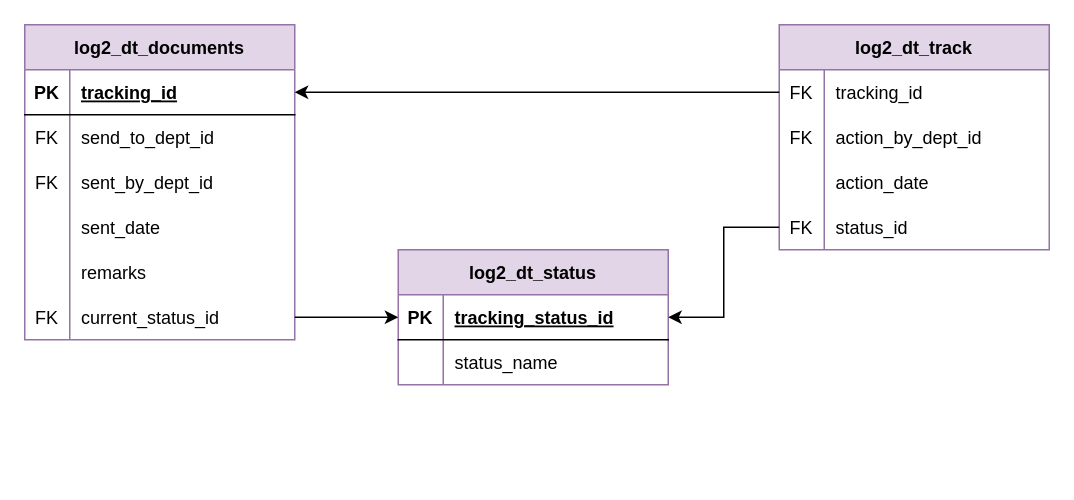
Earlier version of the draw.io diagram page "DOCUMENT TRACKING" (8 of 8) of public/uploads/documents/vehicle_reservation/REVISION.drawio (gcristianber/tnvs-logistic-II). Source tidied: cells renumbered, new cells numbered last; positions are measured from the earlier drawing's top-left corner, leaving out a move shared by most shapes. Both pictures are drawn from the tidied source at 150%, with x=0, y=0 at pixel (24, 24).
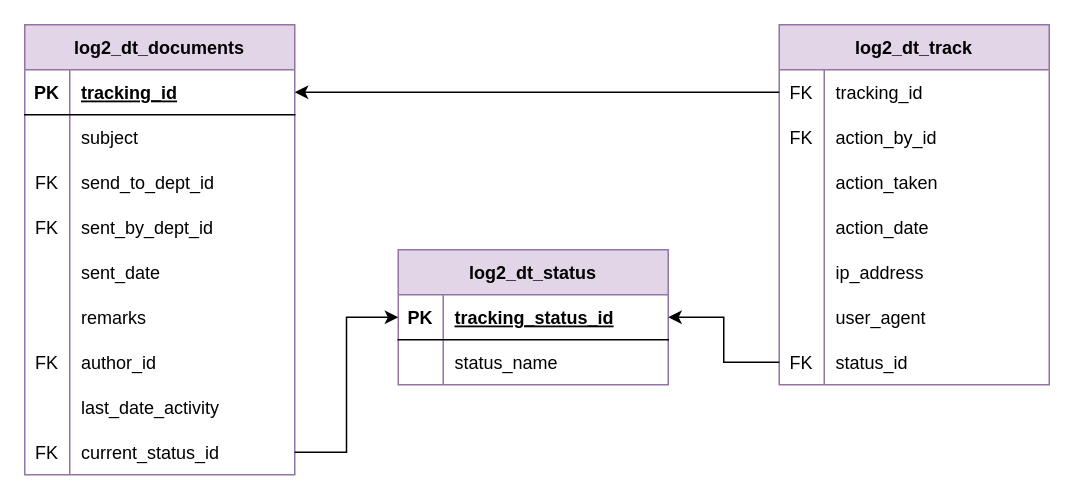
After the change.

The change refers to these unchanged cells:
```xml
<mxCell id="32" style="shape=tableRow;horizontal=0;startSize=0;swimlaneHead=0;swimlaneBody=0;fillColor=none;top=0;left=0;right=0;bottom=0;" parent="28" vertex="1">
  <mxGeometry y="60" width="180" height="30" as="geometry" />
</mxCell>
```

What changed in the source:
```diff
@@
     <mxCell id="2" value="log2_dt_documents" style="shape=table;startSize=30;childLayout=tableLayout;rowLines=0;fontStyle=1;align=center;fillColor=#e1d5e7;strokeColor=#9673a6;" parent="1" vertex="1">
-      <mxGeometry width="180" height="210" as="geometry" />
+      <mxGeometry width="180" height="300" as="geometry" />
     </mxCell>
@@
+    <mxCell id="44" style="shape=tableRow;horizontal=0;startSize=0;swimlaneHead=0;swimlaneBody=0;fillColor=none;top=0;left=0;right=0;bottom=0;" parent="2" vertex="1">
+      <mxGeometry y="60" width="180" height="30" as="geometry" />
+    </mxCell>
+    <mxCell id="45" style="shape=partialRectangle;fillColor=none;top=0;left=0;bottom=0;right=0;overflow=hidden;" parent="44" vertex="1">
+      <mxGeometry width="30" height="30" as="geometry" />
+    </mxCell>
+    <mxCell id="46" value="subject" style="shape=partialRectangle;fillColor=none;top=0;left=0;bottom=0;right=0;align=left;spacingLeft=6;overflow=hidden;" parent="44" vertex="1">
+      <mxGeometry x="30" width="150" height="30" as="geometry" />
+    </mxCell>
     <mxCell id="6" style="shape=tableRow;horizontal=0;startSize=0;swimlaneHead=0;swimlaneBody=0;fillColor=none;top=0;left=0;right=0;bottom=0;" parent="2" vertex="1">
-      <mxGeometry y="60" width="180" height="30" as="geometry" />
+      <mxGeometry y="90" width="180" height="30" as="geometry" />
     </mxCell>
@@
     <mxCell id="9" style="shape=tableRow;horizontal=0;startSize=0;swimlaneHead=0;swimlaneBody=0;fillColor=none;top=0;left=0;right=0;bottom=0;" parent="2" vertex="1">
-      <mxGeometry y="90" width="180" height="30" as="geometry" />
+      <mxGeometry y="120" width="180" height="30" as="geometry" />
     </mxCell>
@@
     <mxCell id="12" style="shape=tableRow;horizontal=0;startSize=0;swimlaneHead=0;swimlaneBody=0;fillColor=none;top=0;left=0;right=0;bottom=0;" parent="2" vertex="1">
-      <mxGeometry y="120" width="180" height="30" as="geometry" />
+      <mxGeometry y="150" width="180" height="30" as="geometry" />
     </mxCell>
@@
     <mxCell id="15" style="shape=tableRow;horizontal=0;startSize=0;swimlaneHead=0;swimlaneBody=0;fillColor=none;top=0;left=0;right=0;bottom=0;" parent="2" vertex="1">
-      <mxGeometry y="150" width="180" height="30" as="geometry" />
+      <mxGeometry y="180" width="180" height="30" as="geometry" />
     </mxCell>
@@
+    <mxCell id="47" style="shape=tableRow;horizontal=0;startSize=0;swimlaneHead=0;swimlaneBody=0;fillColor=none;top=0;left=0;right=0;bottom=0;" parent="2" vertex="1">
+      <mxGeometry y="210" width="180" height="30" as="geometry" />
+    </mxCell>
+    <mxCell id="48" value="FK" style="shape=partialRectangle;fillColor=none;top=0;left=0;bottom=0;right=0;overflow=hidden;" parent="47" vertex="1">
+      <mxGeometry width="30" height="30" as="geometry" />
+    </mxCell>
+    <mxCell id="49" value="author_id" style="shape=partialRectangle;fillColor=none;top=0;left=0;bottom=0;right=0;align=left;spacingLeft=6;overflow=hidden;" parent="47" vertex="1">
+      <mxGeometry x="30" width="150" height="30" as="geometry" />
+    </mxCell>
+    <mxCell id="50" style="shape=tableRow;horizontal=0;startSize=0;swimlaneHead=0;swimlaneBody=0;fillColor=none;top=0;left=0;right=0;bottom=0;" parent="2" vertex="1">
+      <mxGeometry y="240" width="180" height="30" as="geometry" />
+    </mxCell>
+    <mxCell id="51" style="shape=partialRectangle;fillColor=none;top=0;left=0;bottom=0;right=0;overflow=hidden;" parent="50" vertex="1">
+      <mxGeometry width="30" height="30" as="geometry" />
+    </mxCell>
+    <mxCell id="52" value="last_date_activity" style="shape=partialRectangle;fillColor=none;top=0;left=0;bottom=0;right=0;align=left;spacingLeft=6;overflow=hidden;" parent="50" vertex="1">
+      <mxGeometry x="30" width="150" height="30" as="geometry" />
+    </mxCell>
     <mxCell id="18" style="shape=tableRow;horizontal=0;startSize=0;swimlaneHead=0;swimlaneBody=0;fillColor=none;points=[[0,0.5],[1,0.5]];portConstraint=eastwest;top=0;left=0;right=0;bottom=0;" parent="2" vertex="1">
-      <mxGeometry y="180" width="180" height="30" as="geometry" />
+      <mxGeometry y="270" width="180" height="30" as="geometry" />
     </mxCell>
@@
     <mxCell id="28" value="log2_dt_track" style="shape=table;startSize=30;childLayout=tableLayout;rowLines=0;fontStyle=1;align=center;fillColor=#e1d5e7;strokeColor=#9673a6;" parent="1" vertex="1">
-      <mxGeometry x="503" width="180" height="150" as="geometry" />
+      <mxGeometry x="503" width="180" height="240" as="geometry" />
     </mxCell>
@@
-    <mxCell id="34" value="action_by_dept_id" style="shape=partialRectangle;fillColor=none;top=0;left=0;bottom=0;right=0;align=left;spacingLeft=6;overflow=hidden;" parent="32" vertex="1">
+    <mxCell id="34" value="action_by_id" style="shape=partialRectangle;fillColor=none;top=0;left=0;bottom=0;right=0;align=left;spacingLeft=6;overflow=hidden;" parent="32" vertex="1">
       <mxGeometry x="30" width="150" height="30" as="geometry" />
     </mxCell>
+    <mxCell id="53" style="shape=tableRow;horizontal=0;startSize=0;swimlaneHead=0;swimlaneBody=0;fillColor=none;top=0;left=0;right=0;bottom=0;" parent="28" vertex="1">
+      <mxGeometry y="90" width="180" height="30" as="geometry" />
+    </mxCell>
+    <mxCell id="54" style="shape=partialRectangle;fillColor=none;top=0;left=0;bottom=0;right=0;overflow=hidden;" parent="53" vertex="1">
+      <mxGeometry width="30" height="30" as="geometry" />
+    </mxCell>
+    <mxCell id="55" value="action_taken" style="shape=partialRectangle;fillColor=none;top=0;left=0;bottom=0;right=0;align=left;spacingLeft=6;overflow=hidden;" parent="53" vertex="1">
+      <mxGeometry x="30" width="150" height="30" as="geometry" />
+    </mxCell>
     <mxCell id="35" style="shape=tableRow;horizontal=0;startSize=0;swimlaneHead=0;swimlaneBody=0;fillColor=none;top=0;left=0;right=0;bottom=0;" parent="28" vertex="1">
-      <mxGeometry y="90" width="180" height="30" as="geometry" />
+      <mxGeometry y="120" width="180" height="30" as="geometry" />
     </mxCell>
@@
+    <mxCell id="56" style="shape=tableRow;horizontal=0;startSize=0;swimlaneHead=0;swimlaneBody=0;fillColor=none;top=0;left=0;right=0;bottom=0;" parent="28" vertex="1">
+      <mxGeometry y="150" width="180" height="30" as="geometry" />
+    </mxCell>
+    <mxCell id="57" style="shape=partialRectangle;fillColor=none;top=0;left=0;bottom=0;right=0;overflow=hidden;" parent="56" vertex="1">
+      <mxGeometry width="30" height="30" as="geometry" />
+    </mxCell>
+    <mxCell id="58" value="ip_address" style="shape=partialRectangle;fillColor=none;top=0;left=0;bottom=0;right=0;align=left;spacingLeft=6;overflow=hidden;" parent="56" vertex="1">
+      <mxGeometry x="30" width="150" height="30" as="geometry" />
+    </mxCell>
+    <mxCell id="59" style="shape=tableRow;horizontal=0;startSize=0;swimlaneHead=0;swimlaneBody=0;fillColor=none;top=0;left=0;right=0;bottom=0;" parent="28" vertex="1">
+      <mxGeometry y="180" width="180" height="30" as="geometry" />
+    </mxCell>
+    <mxCell id="60" style="shape=partialRectangle;fillColor=none;top=0;left=0;bottom=0;right=0;overflow=hidden;" parent="59" vertex="1">
+      <mxGeometry width="30" height="30" as="geometry" />
+    </mxCell>
+    <mxCell id="61" value="user_agent" style="shape=partialRectangle;fillColor=none;top=0;left=0;bottom=0;right=0;align=left;spacingLeft=6;overflow=hidden;" parent="59" vertex="1">
+      <mxGeometry x="30" width="150" height="30" as="geometry" />
+    </mxCell>
     <mxCell id="38" style="shape=tableRow;horizontal=0;startSize=0;swimlaneHead=0;swimlaneBody=0;fillColor=none;points=[[0,0.5],[1,0.5]];portConstraint=eastwest;top=0;left=0;right=0;bottom=0;" parent="28" vertex="1">
-      <mxGeometry y="120" width="180" height="30" as="geometry" />
+      <mxGeometry y="210" width="180" height="30" as="geometry" />
     </mxCell>
```
